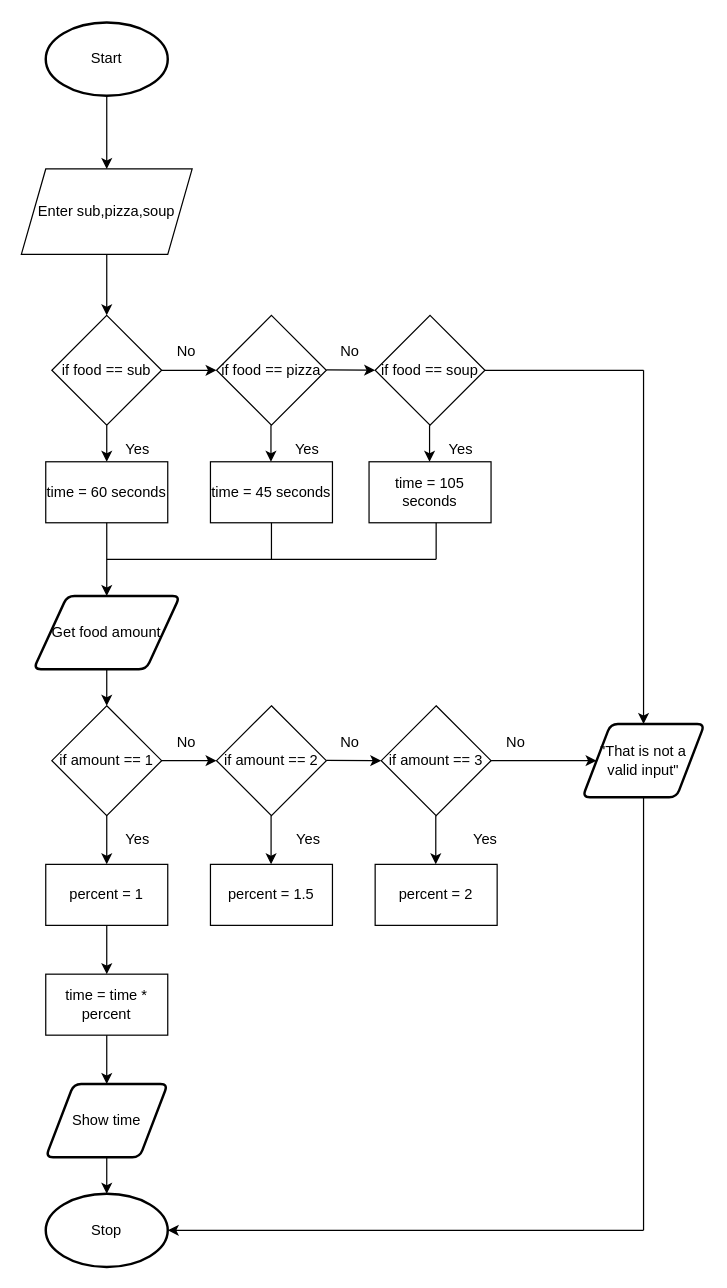
Before: drawio/flowchart.drawio in noah-mccaskill/ics4u-unit1-03-typescript, a draw.io diagram. Source tidied: cells renumbered, new cells numbered last; positions are measured from the earlier drawing's top-left corner, leaving out a move shared by most shapes. Both pictures are drawn from the tidied source at 122%, with x=0, y=0 at pixel (21, 22).
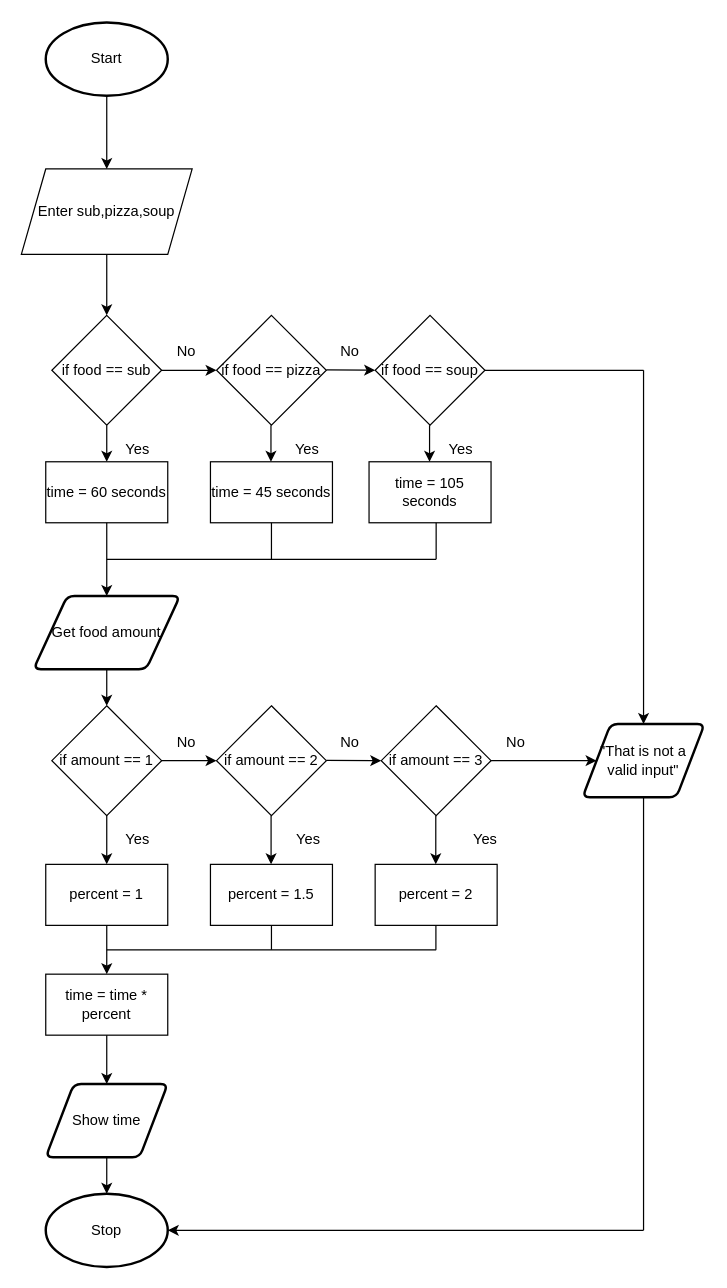
The same diagram, later.

The change refers to these unchanged cells:
```xml
<mxCell id="41" value="percent = 1.5" style="rounded=0;whiteSpace=wrap;html=1;" parent="1" vertex="1">
  <mxGeometry x="155" y="690" width="100" height="50" as="geometry" />
</mxCell>
```

The edit, as a diff of the source:
```diff
@@
+    <mxCell id="57" style="endArrow=none;html=1;" parent="1" edge="1">
+      <mxGeometry relative="1" as="geometry">
+        <mxPoint x="70" y="760" as="sourcePoint" />
+        <mxPoint x="340" y="760" as="targetPoint" />
+      </mxGeometry>
+    </mxCell>
+    <mxCell id="58" style="endArrow=none;html=1;entryX=0.5;entryY=1;entryDx=0;entryDy=0;" parent="1" edge="1" target="41">
+      <mxGeometry relative="1" as="geometry">
+        <mxPoint x="205" y="760" as="sourcePoint" />
+      </mxGeometry>
+    </mxCell>
+    <mxCell id="59" style="endArrow=none;html=1;entryX=0.5;entryY=1;entryDx=0;entryDy=0;" parent="1" edge="1">
+      <mxGeometry relative="1" as="geometry">
+        <mxPoint x="339.8" y="760" as="sourcePoint" />
+        <mxPoint x="339.8" y="740" as="targetPoint" />
+      </mxGeometry>
+    </mxCell>
```
